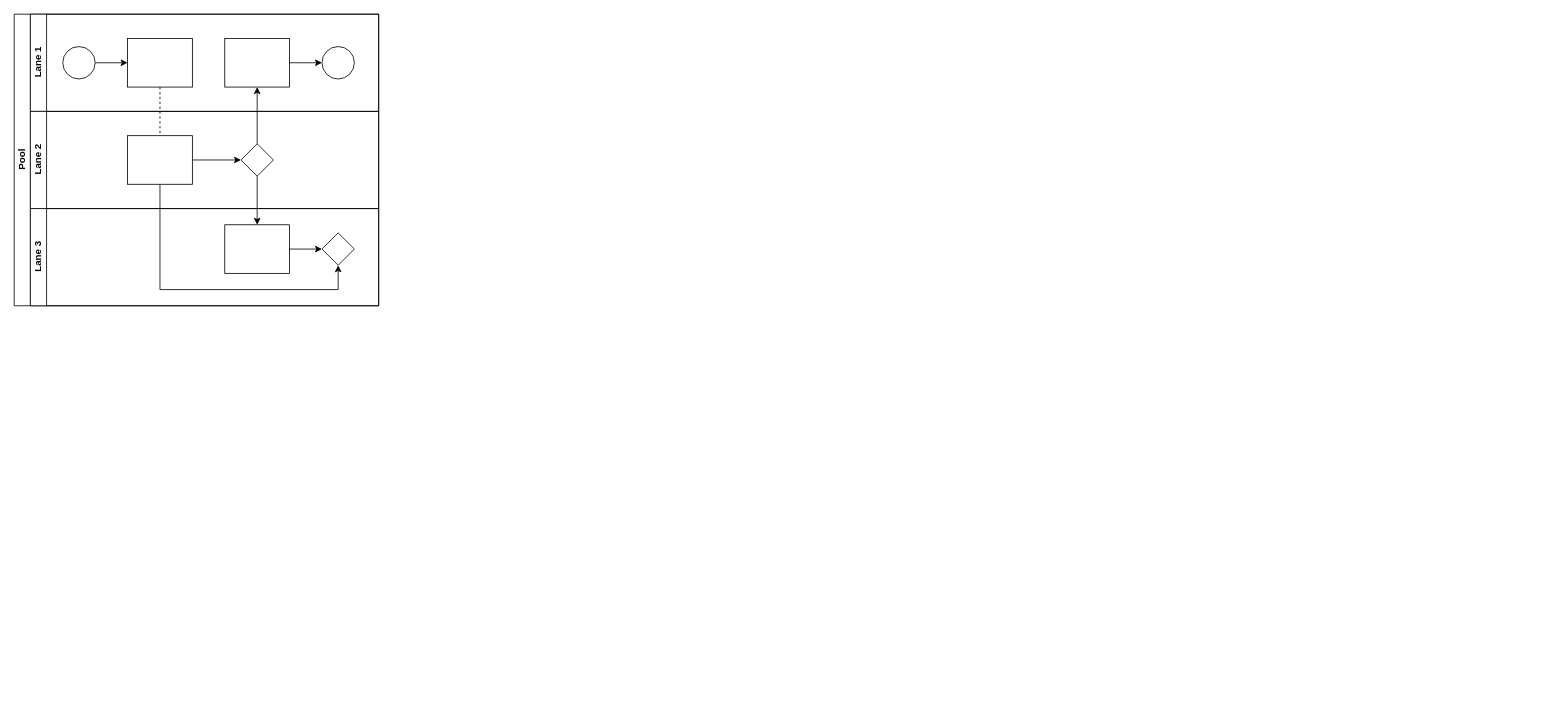
mattuptonFCTG/diagrams keeps this draw.io diagram as test.drawio. Above is the earlier version. Source tidied: cells renumbered, new cells numbered last; positions are measured from the earlier drawing's top-left corner, leaving out a move shared by most shapes. Both pictures are drawn from the tidied source at 81%, with x=0, y=0 at pixel (14, 14).
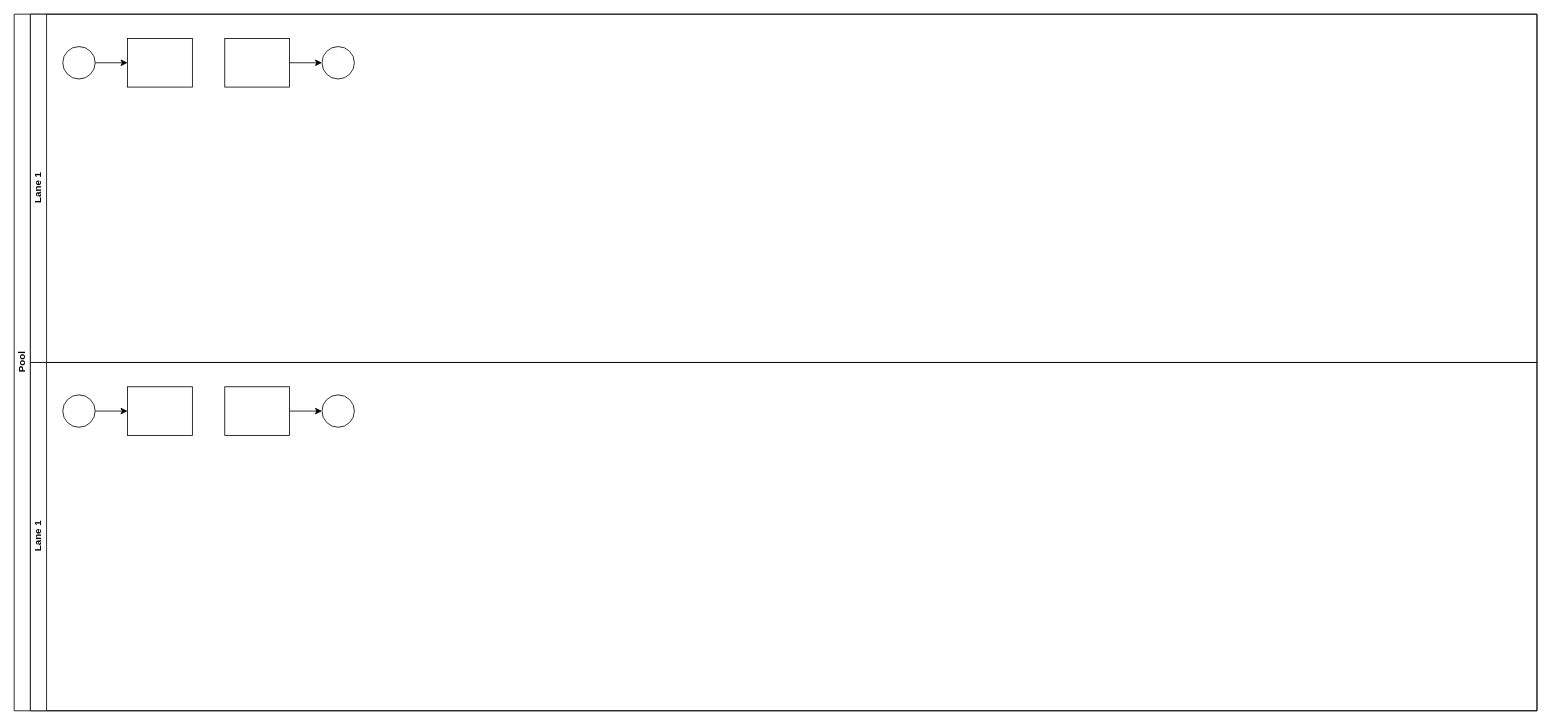
The same page after the edit.

Unchanged cells that the change refers to:
```xml
<mxCell id="10" style="rounded=0;whiteSpace=wrap;html=1;fontFamily=Helvetica;fontSize=12;fontColor=#000000;align=center;" parent="7" vertex="1">
  <mxGeometry x="120" y="30" width="80" height="60" as="geometry" />
</mxCell>
<mxCell id="12" style="rounded=0;whiteSpace=wrap;html=1;fontFamily=Helvetica;fontSize=12;fontColor=#000000;align=center;" parent="7" vertex="1">
  <mxGeometry x="240" y="30" width="80" height="60" as="geometry" />
</mxCell>
```

Diff of the diagram source:
```diff
@@
     <mxCell id="2" value="Pool" style="swimlane;html=1;horizontal=0;startSize=20;" parent="1" vertex="1">
-      <mxGeometry width="450" height="360" as="geometry" />
+      <mxGeometry width="1880" height="860" as="geometry" />
     </mxCell>
-    <mxCell id="3" style="edgeStyle=orthogonalEdgeStyle;rounded=0;jettySize=auto;html=1;dashed=1;endArrow=none;endFill=0;" parent="2" edge="1" source="10" target="16">
-      <mxGeometry relative="1" as="geometry" />
-    </mxCell>
-    <mxCell id="4" style="edgeStyle=orthogonalEdgeStyle;rounded=0;jettySize=auto;html=1;endArrow=classic;endFill=1;" parent="2" edge="1" source="17" target="12">
-      <mxGeometry relative="1" as="geometry" />
-    </mxCell>
-    <mxCell id="5" style="edgeStyle=orthogonalEdgeStyle;rounded=0;jettySize=auto;html=1;endArrow=classic;endFill=1;" parent="2" edge="1" source="17" target="20">
-      <mxGeometry relative="1" as="geometry" />
-    </mxCell>
-    <mxCell id="6" style="edgeStyle=orthogonalEdgeStyle;rounded=0;jettySize=auto;html=1;endArrow=classic;endFill=1;" parent="2" edge="1" source="16" target="21">
-      <mxGeometry relative="1" as="geometry">
-        <Array as="points">
-          <mxPoint x="180" y="340" />
-          <mxPoint x="400" y="340" />
-        </Array>
-      </mxGeometry>
-    </mxCell>
     <mxCell id="7" value="Lane 1" style="swimlane;html=1;startSize=20;horizontal=0;" parent="2" vertex="1">
-      <mxGeometry x="20" width="430" height="120" as="geometry" />
+      <mxGeometry x="20" width="1860" height="430" as="geometry" />
     </mxCell>
@@
-    <mxCell id="14" value="Lane 2" style="swimlane;html=1;startSize=20;horizontal=0;" parent="2" vertex="1">
-      <mxGeometry x="20" y="120" width="430" height="120" as="geometry" />
-    </mxCell>
-    <mxCell id="15" style="edgeStyle=orthogonalEdgeStyle;rounded=0;jettySize=auto;html=1;endArrow=classic;endFill=1;" parent="14" edge="1" source="16" target="17">
-      <mxGeometry relative="1" as="geometry" />
-    </mxCell>
+    <mxCell id="22" value="Lane 1" style="swimlane;html=1;startSize=20;horizontal=0;" parent="2" vertex="1">
+      <mxGeometry x="20" y="430" width="1860" height="430" as="geometry" />
+    </mxCell>
+    <mxCell id="23" style="edgeStyle=orthogonalEdgeStyle;rounded=0;jettySize=auto;html=1;" parent="22" edge="1" source="24" target="16">
+      <mxGeometry relative="1" as="geometry" />
+    </mxCell>
+    <mxCell id="24" style="ellipse;whiteSpace=wrap;html=1;" parent="22" vertex="1">
+      <mxGeometry x="40" y="40" width="40" height="40" as="geometry" />
+    </mxCell>
-    <mxCell id="16" style="rounded=0;whiteSpace=wrap;html=1;fontFamily=Helvetica;fontSize=12;fontColor=#000000;align=center;" parent="14" vertex="1">
+    <mxCell id="16" style="rounded=0;whiteSpace=wrap;html=1;fontFamily=Helvetica;fontSize=12;fontColor=#000000;align=center;" parent="22" vertex="1">
       <mxGeometry x="120" y="30" width="80" height="60" as="geometry" />
     </mxCell>
-    <mxCell id="17" style="rhombus;whiteSpace=wrap;html=1;fontFamily=Helvetica;fontSize=12;fontColor=#000000;align=center;" parent="14" vertex="1">
-      <mxGeometry x="260" y="40" width="40" height="40" as="geometry" />
-    </mxCell>
-    <mxCell id="18" value="Lane 3" style="swimlane;html=1;startSize=20;horizontal=0;" parent="2" vertex="1">
-      <mxGeometry x="20" y="240" width="430" height="120" as="geometry" />
-    </mxCell>
-    <mxCell id="19" style="edgeStyle=orthogonalEdgeStyle;rounded=0;jettySize=auto;html=1;endArrow=classic;endFill=1;" parent="18" edge="1" source="20" target="21">
-      <mxGeometry relative="1" as="geometry" />
-    </mxCell>
-    <mxCell id="20" style="rounded=0;whiteSpace=wrap;html=1;fontFamily=Helvetica;fontSize=12;fontColor=#000000;align=center;" parent="18" vertex="1">
-      <mxGeometry x="240" y="20" width="80" height="60" as="geometry" />
-    </mxCell>
-    <mxCell id="21" style="rhombus;whiteSpace=wrap;html=1;fontFamily=Helvetica;fontSize=12;fontColor=#000000;align=center;" parent="18" vertex="1">
-      <mxGeometry x="360" y="30" width="40" height="40" as="geometry" />
-    </mxCell>
+    <mxCell id="25" style="edgeStyle=orthogonalEdgeStyle;rounded=0;jettySize=auto;html=1;endArrow=classic;endFill=1;" parent="22" edge="1" source="26" target="27">
+      <mxGeometry relative="1" as="geometry" />
+    </mxCell>
+    <mxCell id="26" style="rounded=0;whiteSpace=wrap;html=1;fontFamily=Helvetica;fontSize=12;fontColor=#000000;align=center;" parent="22" vertex="1">
+      <mxGeometry x="240" y="30" width="80" height="60" as="geometry" />
+    </mxCell>
+    <mxCell id="27" style="ellipse;whiteSpace=wrap;html=1;" parent="22" vertex="1">
+      <mxGeometry x="360" y="40" width="40" height="40" as="geometry" />
+    </mxCell>
```
